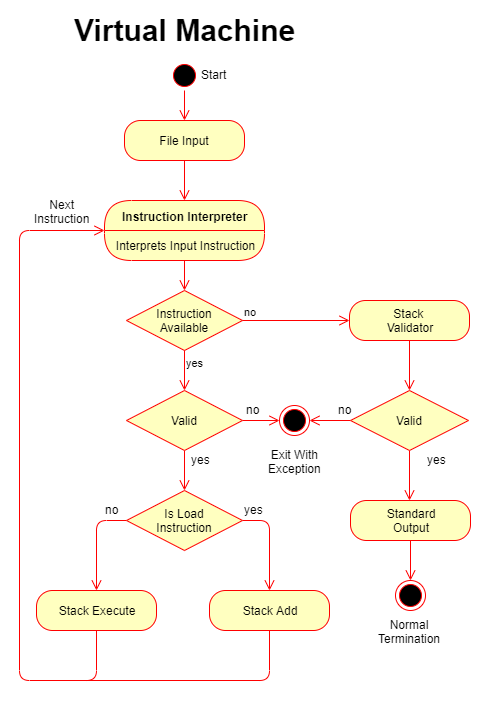
This is Documentation/VirutalMachine-flow.png from Coperh/CalculatorProject, a draw.io export, as it was before one commit. Source tidied: cells renumbered, new cells last; positions are measured from the earlier drawing's top-left corner, leaving out a move shared by most shapes.
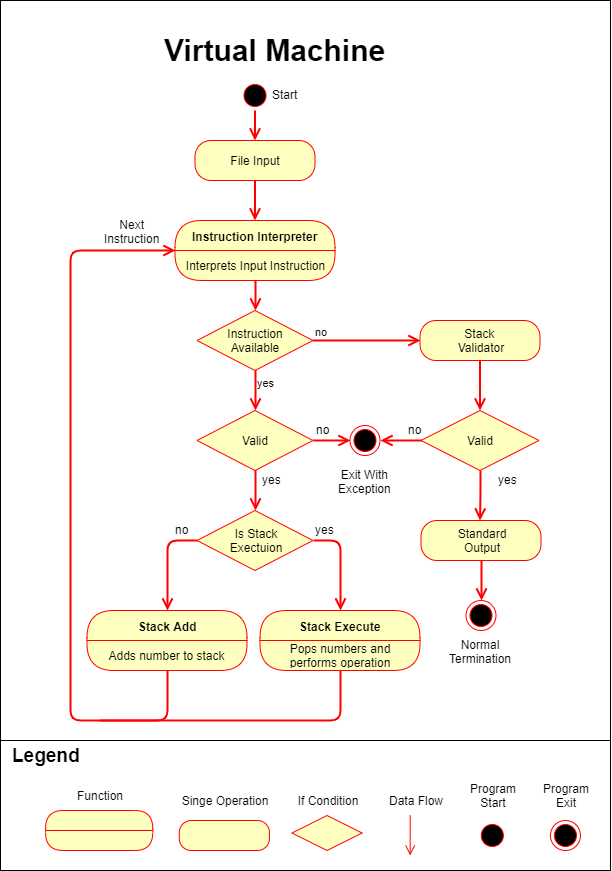
Above is the later version.

Commit message:
Updated Documentation Documentation now includes new diagrams, labeled diagrams and numbered pages. Requirements are now number and have been changed.

The edit, as a diff of the source:
```diff
@@ -2,6 +2,9 @@
   <root>
     <mxCell id="0" />
     <mxCell id="1" parent="0" />
+    <mxCell id="44" style="rounded=0;whiteSpace=wrap;html=1;" parent="1" vertex="1">
+      <mxGeometry x="-89.5" y="-30" width="610" height="870" as="geometry" />
+    </mxCell>
     <mxCell id="2" style="ellipse;html=1;shape=startState;fillColor=#000000;strokeColor=#ff0000;" parent="1" vertex="1">
       <mxGeometry x="150" y="50" width="30" height="30" as="geometry" />
     </mxCell>
@@ -10,7 +13,7 @@
         <mxPoint x="165" y="140" as="targetPoint" />
       </mxGeometry>
     </mxCell>
-    <mxCell id="4" style="edgeStyle=orthogonalEdgeStyle;html=1;verticalAlign=bottom;endArrow=open;endSize=8;strokeColor=#ff0000;entryX=0.5;entryY=0;entryDx=0;entryDy=0;" parent="1" edge="1" source="5">
+    <mxCell id="4" style="edgeStyle=orthogonalEdgeStyle;html=1;verticalAlign=bottom;endArrow=open;endSize=8;strokeColor=#ff0000;entryX=0.5;entryY=0;entryDx=0;entryDy=0;strokeWidth=2;" parent="1" edge="1" source="5">
       <mxGeometry relative="1" as="geometry">
         <mxPoint x="165" y="190" as="targetPoint" />
       </mxGeometry>
@@ -18,11 +21,11 @@
     <mxCell id="5" value="File Input" style="rounded=1;whiteSpace=wrap;html=1;arcSize=40;fontColor=#000000;fillColor=#ffffc0;strokeColor=#ff0000;" parent="1" vertex="1">
       <mxGeometry x="105" y="110" width="120" height="40" as="geometry" />
     </mxCell>
-    <mxCell id="6" style="edgeStyle=orthogonalEdgeStyle;html=1;verticalAlign=bottom;endArrow=open;endSize=8;strokeColor=#ff0000;" parent="1" edge="1" source="2" target="5">
+    <mxCell id="6" style="edgeStyle=orthogonalEdgeStyle;html=1;verticalAlign=bottom;endArrow=open;endSize=8;strokeColor=#ff0000;strokeWidth=2;" parent="1" edge="1" source="2" target="5">
       <mxGeometry relative="1" as="geometry" />
     </mxCell>
     <mxCell id="7" value="Virtual Machine" style="text;html=1;align=center;verticalAlign=top;spacingTop=-4;fontSize=30;fontStyle=1;" parent="1" vertex="1">
-      <mxGeometry x="55" width="220" height="40" as="geometry" />
+      <mxGeometry x="75" width="220" height="40" as="geometry" />
     </mxCell>
     <mxCell id="8" value="Instruction Interpreter" style="swimlane;html=1;fontStyle=1;align=center;verticalAlign=middle;horizontal=1;startSize=30;fontColor=#000000;rounded=1;arcSize=30;strokeColor=#ff0000;fillColor=#ffffc0;swimlaneFillColor=#ffffc0;" parent="1" vertex="1">
       <mxGeometry x="85" y="190" width="160" height="60" as="geometry" />
@@ -30,16 +33,16 @@
     <mxCell id="9" value="Interprets Input Instruction" style="text;html=1;strokeColor=none;fillColor=none;align=center;verticalAlign=middle;spacingLeft=4;spacingRight=4;whiteSpace=wrap;overflow=hidden;fontColor=#000000;" parent="8" vertex="1">
       <mxGeometry y="30" width="160" height="30" as="geometry" />
     </mxCell>
-    <mxCell id="10" style="edgeStyle=orthogonalEdgeStyle;html=1;verticalAlign=bottom;endArrow=open;endSize=8;strokeColor=#ff0000;fontSize=30;entryX=0.5;entryY=0;entryDx=0;entryDy=0;" parent="1" edge="1" source="8" target="11">
+    <mxCell id="10" style="edgeStyle=orthogonalEdgeStyle;html=1;verticalAlign=bottom;endArrow=open;endSize=8;strokeColor=#ff0000;fontSize=30;entryX=0.5;entryY=0;entryDx=0;entryDy=0;strokeWidth=2;" parent="1" edge="1" source="8" target="11">
       <mxGeometry relative="1" as="geometry" />
     </mxCell>
     <mxCell id="11" value="Instruction&lt;br&gt;Available" style="rhombus;whiteSpace=wrap;html=1;fillColor=#ffffc0;strokeColor=#ff0000;" parent="1" vertex="1">
       <mxGeometry x="107" y="280" width="116" height="60" as="geometry" />
     </mxCell>
-    <mxCell id="12" value="no" style="edgeStyle=orthogonalEdgeStyle;html=1;align=left;verticalAlign=bottom;endArrow=open;endSize=8;strokeColor=#ff0000;entryX=0;entryY=0.5;entryDx=0;entryDy=0;" parent="1" edge="1" source="11" target="31">
+    <mxCell id="12" value="no" style="edgeStyle=orthogonalEdgeStyle;html=1;align=left;verticalAlign=bottom;endArrow=open;endSize=8;strokeColor=#ff0000;entryX=0;entryY=0.5;entryDx=0;entryDy=0;strokeWidth=2;" parent="1" edge="1" source="11" target="31">
       <mxGeometry x="-1" relative="1" as="geometry" />
     </mxCell>
-    <mxCell id="13" value="yes" style="edgeStyle=orthogonalEdgeStyle;html=1;align=left;verticalAlign=top;endArrow=open;endSize=8;strokeColor=#ff0000;entryX=0.5;entryY=0;entryDx=0;entryDy=0;" parent="1" edge="1" source="11" target="17">
+    <mxCell id="13" value="yes" style="edgeStyle=orthogonalEdgeStyle;html=1;align=left;verticalAlign=top;endArrow=open;endSize=8;strokeColor=#ff0000;entryX=0.5;entryY=0;entryDx=0;entryDy=0;strokeWidth=2;" parent="1" edge="1" source="11" target="17">
       <mxGeometry x="-1" relative="1" as="geometry" />
     </mxCell>
     <mxCell id="14" style="edgeStyle=orthogonalEdgeStyle;rounded=1;jettySize=auto;html=1;exitX=1;exitY=0.5;exitDx=0;exitDy=0;endArrow=open;endFill=0;strokeColor=none;strokeWidth=1;endSize=8;startSize=8;" parent="1" edge="1" source="17">
@@ -47,10 +50,10 @@
         <mxPoint x="340" y="410" as="targetPoint" />
       </mxGeometry>
     </mxCell>
-    <mxCell id="15" style="edgeStyle=orthogonalEdgeStyle;rounded=1;jettySize=auto;html=1;exitX=0.5;exitY=1;exitDx=0;exitDy=0;entryX=0.5;entryY=0;entryDx=0;entryDy=0;startSize=8;endArrow=open;endFill=0;endSize=8;strokeColor=#FF0000;strokeWidth=1;" parent="1" edge="1" source="17" target="21">
+    <mxCell id="15" style="edgeStyle=orthogonalEdgeStyle;rounded=1;jettySize=auto;html=1;exitX=0.5;exitY=1;exitDx=0;exitDy=0;entryX=0.5;entryY=0;entryDx=0;entryDy=0;startSize=8;endArrow=open;endFill=0;endSize=8;strokeColor=#FF0000;strokeWidth=2;" parent="1" edge="1" source="17" target="21">
       <mxGeometry relative="1" as="geometry" />
     </mxCell>
-    <mxCell id="16" style="edgeStyle=orthogonalEdgeStyle;rounded=1;jettySize=auto;html=1;exitX=1;exitY=0.5;exitDx=0;exitDy=0;entryX=0;entryY=0.5;entryDx=0;entryDy=0;startSize=8;endArrow=open;endFill=0;endSize=8;strokeColor=#FF0000;strokeWidth=1;" parent="1" edge="1" source="17" target="28">
+    <mxCell id="16" style="edgeStyle=orthogonalEdgeStyle;rounded=1;jettySize=auto;html=1;exitX=1;exitY=0.5;exitDx=0;exitDy=0;entryX=0;entryY=0.5;entryDx=0;entryDy=0;startSize=8;endArrow=open;endFill=0;endSize=8;strokeColor=#FF0000;strokeWidth=2;" parent="1" edge="1" source="17" target="28">
       <mxGeometry relative="1" as="geometry" />
     </mxCell>
     <mxCell id="17" value="Valid" style="rhombus;whiteSpace=wrap;html=1;fillColor=#ffffc0;strokeColor=#ff0000;" parent="1" vertex="1">
@@ -59,41 +62,37 @@
     <mxCell id="18" value="yes" style="text;html=1;align=left;verticalAlign=top;spacingTop=-4;" parent="1" vertex="1">
       <mxGeometry x="170" y="440" width="30" height="20" as="geometry" />
     </mxCell>
-    <mxCell id="19" style="edgeStyle=orthogonalEdgeStyle;rounded=1;jettySize=auto;html=1;exitX=1;exitY=0.5;exitDx=0;exitDy=0;startSize=8;endArrow=open;endFill=0;endSize=8;strokeColor=#FF0000;strokeWidth=1;entryX=0.5;entryY=0;entryDx=0;entryDy=0;" parent="1" edge="1" source="21" target="23">
+    <mxCell id="19" style="edgeStyle=orthogonalEdgeStyle;rounded=1;jettySize=auto;html=1;exitX=1;exitY=0.5;exitDx=0;exitDy=0;startSize=8;endArrow=open;endFill=0;endSize=8;strokeColor=#FF0000;strokeWidth=2;entryX=0.5;entryY=0;entryDx=0;entryDy=0;" parent="1" edge="1" source="21" target="26">
       <mxGeometry relative="1" as="geometry" />
     </mxCell>
-    <mxCell id="20" style="edgeStyle=orthogonalEdgeStyle;rounded=1;jettySize=auto;html=1;exitX=0;exitY=0.5;exitDx=0;exitDy=0;startSize=8;endArrow=open;endFill=0;endSize=8;strokeColor=#FF0000;strokeWidth=1;" parent="1" edge="1" source="21" target="26">
+    <mxCell id="20" style="edgeStyle=orthogonalEdgeStyle;rounded=1;jettySize=auto;html=1;exitX=0;exitY=0.5;exitDx=0;exitDy=0;startSize=8;endArrow=open;endFill=0;endSize=8;strokeColor=#FF0000;strokeWidth=2;" parent="1" edge="1" source="21" target="23">
       <mxGeometry relative="1" as="geometry" />
     </mxCell>
-    <mxCell id="21" value="Is Load&lt;br&gt;Instruction" style="rhombus;whiteSpace=wrap;html=1;fillColor=#ffffc0;strokeColor=#ff0000;" parent="1" vertex="1">
+    <mxCell id="21" value="Is Stack&lt;br&gt;Exectuion" style="rhombus;whiteSpace=wrap;html=1;fillColor=#ffffc0;strokeColor=#ff0000;" parent="1" vertex="1">
       <mxGeometry x="107" y="480" width="116" height="60" as="geometry" />
     </mxCell>
     <mxCell id="22" value="yes" style="text;html=1;align=left;verticalAlign=top;spacingTop=-4;" parent="1" vertex="1">
       <mxGeometry x="223" y="490" width="30" height="20" as="geometry" />
     </mxCell>
-    <mxCell id="23" value="Stack Add" style="rounded=1;whiteSpace=wrap;html=1;arcSize=40;fontColor=#000000;fillColor=#ffffc0;strokeColor=#ff0000;" parent="1" vertex="1">
-      <mxGeometry x="190" y="580" width="120" height="40" as="geometry" />
-    </mxCell>
-    <mxCell id="24" style="edgeStyle=orthogonalEdgeStyle;html=1;verticalAlign=bottom;endArrow=none;endSize=8;strokeColor=#ff0000;endFill=0;" parent="1" edge="1" source="23">
+    <mxCell id="24" style="edgeStyle=orthogonalEdgeStyle;html=1;verticalAlign=bottom;endArrow=none;endSize=8;strokeColor=#ff0000;endFill=0;exitX=0.5;exitY=1;exitDx=0;exitDy=0;strokeWidth=2;" parent="1" edge="1" source="61">
       <mxGeometry relative="1" as="geometry">
-        <mxPoint x="30" y="670" as="targetPoint" />
+        <mxPoint x="10" y="690" as="targetPoint" />
         <Array as="points">
-          <mxPoint x="250" y="670" />
+          <mxPoint x="250" y="690" />
+          <mxPoint x="30" y="690" />
         </Array>
       </mxGeometry>
     </mxCell>
-    <mxCell id="25" style="edgeStyle=orthogonalEdgeStyle;rounded=1;jettySize=auto;html=1;exitX=0.5;exitY=1;exitDx=0;exitDy=0;startSize=8;endArrow=open;endFill=0;endSize=8;strokeColor=#FF0000;strokeWidth=1;entryX=0;entryY=0.5;entryDx=0;entryDy=0;" parent="1" edge="1" source="26" target="8">
+    <mxCell id="25" style="edgeStyle=orthogonalEdgeStyle;rounded=1;jettySize=auto;html=1;startSize=8;endArrow=open;endFill=0;endSize=8;strokeColor=#FF0000;strokeWidth=2;entryX=0;entryY=0.5;entryDx=0;entryDy=0;" parent="1" edge="1" target="8">
       <mxGeometry relative="1" as="geometry">
+        <mxPoint x="77" y="640" as="sourcePoint" />
         <Array as="points">
-          <mxPoint x="77" y="670" />
-          <mxPoint y="670" />
-          <mxPoint y="220" />
+          <mxPoint x="77" y="690" />
+          <mxPoint x="-20" y="690" />
+          <mxPoint x="-20" y="220" />
         </Array>
       </mxGeometry>
     </mxCell>
-    <mxCell id="26" value="Stack Execute" style="rounded=1;whiteSpace=wrap;html=1;arcSize=40;fontColor=#000000;fillColor=#ffffc0;strokeColor=#ff0000;" parent="1" vertex="1">
-      <mxGeometry x="17" y="580" width="120" height="40" as="geometry" />
-    </mxCell>
     <mxCell id="27" value="no" style="text;html=1;align=center;verticalAlign=top;spacingTop=-4;" parent="1" vertex="1">
       <mxGeometry x="77" y="490" width="30" height="20" as="geometry" />
     </mxCell>
@@ -109,16 +108,16 @@
     <mxCell id="31" value="Stack&amp;nbsp;&lt;br&gt;Validator" style="rounded=1;whiteSpace=wrap;html=1;arcSize=40;fontColor=#000000;fillColor=#ffffc0;strokeColor=#ff0000;" parent="1" vertex="1">
       <mxGeometry x="330" y="290" width="120" height="40" as="geometry" />
     </mxCell>
-    <mxCell id="32" style="edgeStyle=orthogonalEdgeStyle;html=1;verticalAlign=bottom;endArrow=open;endSize=8;strokeColor=#ff0000;" parent="1" edge="1" source="31" target="36">
+    <mxCell id="32" style="edgeStyle=orthogonalEdgeStyle;html=1;verticalAlign=bottom;endArrow=open;endSize=8;strokeColor=#ff0000;strokeWidth=2;" parent="1" edge="1" source="31" target="36">
       <mxGeometry relative="1" as="geometry" />
     </mxCell>
     <mxCell id="33" value="no" style="text;html=1;align=center;verticalAlign=top;spacingTop=-4;" parent="1" vertex="1">
       <mxGeometry x="218" y="390" width="30" height="20" as="geometry" />
     </mxCell>
-    <mxCell id="34" style="edgeStyle=orthogonalEdgeStyle;rounded=1;jettySize=auto;html=1;exitX=0;exitY=0.5;exitDx=0;exitDy=0;entryX=1;entryY=0.5;entryDx=0;entryDy=0;startSize=8;endArrow=open;endFill=0;endSize=8;strokeColor=#FF0000;strokeWidth=1;" parent="1" edge="1" source="36" target="28">
+    <mxCell id="34" style="edgeStyle=orthogonalEdgeStyle;rounded=1;jettySize=auto;html=1;exitX=0;exitY=0.5;exitDx=0;exitDy=0;entryX=1;entryY=0.5;entryDx=0;entryDy=0;startSize=8;endArrow=open;endFill=0;endSize=8;strokeColor=#FF0000;strokeWidth=2;" parent="1" edge="1" source="36" target="28">
       <mxGeometry relative="1" as="geometry" />
     </mxCell>
-    <mxCell id="35" style="edgeStyle=orthogonalEdgeStyle;rounded=1;jettySize=auto;html=1;exitX=0.5;exitY=1;exitDx=0;exitDy=0;startSize=8;endArrow=open;endFill=0;endSize=8;strokeColor=#FF0000;strokeWidth=1;entryX=0.5;entryY=0;entryDx=0;entryDy=0;" parent="1" edge="1" source="36">
+    <mxCell id="35" style="edgeStyle=orthogonalEdgeStyle;rounded=1;jettySize=auto;html=1;exitX=0.5;exitY=1;exitDx=0;exitDy=0;startSize=8;endArrow=open;endFill=0;endSize=8;strokeColor=#FF0000;strokeWidth=2;entryX=0.5;entryY=0;entryDx=0;entryDy=0;" parent="1" edge="1" source="36">
       <mxGeometry relative="1" as="geometry">
         <mxPoint x="390" y="490" as="targetPoint" />
       </mxGeometry>
@@ -132,7 +131,7 @@
     <mxCell id="38" value="Standard&lt;br&gt;Output" style="rounded=1;whiteSpace=wrap;html=1;arcSize=40;fontColor=#000000;fillColor=#ffffc0;strokeColor=#ff0000;align=center;" parent="1" vertex="1">
       <mxGeometry x="331" y="490" width="120" height="40" as="geometry" />
     </mxCell>
-    <mxCell id="39" style="edgeStyle=orthogonalEdgeStyle;html=1;verticalAlign=bottom;endArrow=open;endSize=8;strokeColor=#ff0000;entryX=0.5;entryY=0;entryDx=0;entryDy=0;" parent="1" edge="1" source="38" target="40">
+    <mxCell id="39" style="edgeStyle=orthogonalEdgeStyle;html=1;verticalAlign=bottom;endArrow=open;endSize=8;strokeColor=#ff0000;entryX=0.5;entryY=0;entryDx=0;entryDy=0;strokeWidth=2;" parent="1" edge="1" source="38" target="40">
       <mxGeometry relative="1" as="geometry" />
     </mxCell>
     <mxCell id="40" style="ellipse;html=1;shape=endState;fillColor=#000000;strokeColor=#ff0000;align=center;" parent="1" vertex="1">
@@ -147,5 +146,65 @@
     <mxCell id="43" value="Start" style="text;html=1;align=left;verticalAlign=top;spacingTop=-4;" parent="1" vertex="1">
       <mxGeometry x="180" y="55" width="40" height="20" as="geometry" />
     </mxCell>
+    <mxCell id="45" style="group;strokeColor=none;" parent="1" vertex="1">
+      <mxGeometry x="-89.5" y="710" width="610" height="130" as="geometry" />
+    </mxCell>
+    <mxCell id="46" style="rounded=0;whiteSpace=wrap;html=1;" parent="45" vertex="1">
+      <mxGeometry width="610" height="130" as="geometry" />
+    </mxCell>
+    <mxCell id="47" style="swimlane;html=1;fontStyle=1;align=center;verticalAlign=middle;horizontal=1;startSize=20;fontColor=#000000;rounded=1;arcSize=30;strokeColor=#ff0000;fillColor=#ffffc0;swimlaneFillColor=#ffffc0;" parent="45" vertex="1">
+      <mxGeometry x="45.1" y="70" width="107.2" height="40" as="geometry" />
+    </mxCell>
+    <mxCell id="48" style="ellipse;html=1;shape=endState;fillColor=#000000;strokeColor=#ff0000;" parent="45" vertex="1">
+      <mxGeometry x="549.9" y="80" width="30" height="30" as="geometry" />
+    </mxCell>
+    <mxCell id="49" style="ellipse;html=1;shape=startState;fillColor=#000000;strokeColor=#ff0000;" parent="45" vertex="1">
+      <mxGeometry x="476.8" y="80" width="30" height="30" as="geometry" />
+    </mxCell>
+    <mxCell id="50" style="rounded=1;whiteSpace=wrap;html=1;arcSize=40;fontColor=#000000;fillColor=#ffffc0;strokeColor=#ff0000;" parent="45" vertex="1">
+      <mxGeometry x="178.8" y="80" width="90.1" height="30" as="geometry" />
+    </mxCell>
+    <mxCell id="51" style="rhombus;whiteSpace=wrap;html=1;fillColor=#ffffc0;strokeColor=#ff0000;" parent="45" vertex="1">
+      <mxGeometry x="291.5" y="75" width="70.1" height="35" as="geometry" />
+    </mxCell>
+    <mxCell id="52" style="edgeStyle=orthogonalEdgeStyle;html=1;verticalAlign=bottom;endArrow=open;endSize=8;strokeColor=#ff0000;" parent="45" edge="1">
+      <mxGeometry relative="1" as="geometry">
+        <mxPoint x="409.7" y="75" as="sourcePoint" />
+        <mxPoint x="409.7" y="115" as="targetPoint" />
+      </mxGeometry>
+    </mxCell>
+    <mxCell id="53" value="&lt;b&gt;&lt;font style=&quot;font-size: 19px&quot;&gt;Legend&lt;/font&gt;&lt;/b&gt;" style="text;html=1;strokeColor=none;fillColor=none;align=left;verticalAlign=middle;whiteSpace=wrap;rounded=0;" parent="45" vertex="1">
+      <mxGeometry x="9.5" width="169.3" height="30" as="geometry" />
+    </mxCell>
+    <mxCell id="54" value="Function" style="text;html=1;strokeColor=none;fillColor=none;align=center;verticalAlign=middle;whiteSpace=wrap;rounded=0;" parent="45" vertex="1">
+      <mxGeometry x="53.6" y="45" width="90.1" height="20" as="geometry" />
+    </mxCell>
+    <mxCell id="55" value="Singe Operation" style="text;html=1;strokeColor=none;fillColor=none;align=center;verticalAlign=middle;whiteSpace=wrap;rounded=0;" parent="45" vertex="1">
+      <mxGeometry x="178.8" y="50" width="90.1" height="20" as="geometry" />
+    </mxCell>
+    <mxCell id="56" value="If Condition" style="text;html=1;strokeColor=none;fillColor=none;align=center;verticalAlign=middle;whiteSpace=wrap;rounded=0;" parent="45" vertex="1">
+      <mxGeometry x="281.5" y="50" width="90.1" height="20" as="geometry" />
+    </mxCell>
+    <mxCell id="57" value="Data Flow" style="text;html=1;strokeColor=none;fillColor=none;align=center;verticalAlign=middle;whiteSpace=wrap;rounded=0;" parent="45" vertex="1">
+      <mxGeometry x="377.6" y="50" width="74.1" height="20" as="geometry" />
+    </mxCell>
+    <mxCell id="58" value="Program&lt;br&gt;Start" style="text;html=1;strokeColor=none;fillColor=none;align=center;verticalAlign=middle;whiteSpace=wrap;rounded=0;" parent="45" vertex="1">
+      <mxGeometry x="454.7" y="40" width="74.1" height="30" as="geometry" />
+    </mxCell>
+    <mxCell id="59" value="Program&lt;br&gt;Exit" style="text;html=1;strokeColor=none;fillColor=none;align=center;verticalAlign=middle;whiteSpace=wrap;rounded=0;" parent="45" vertex="1">
+      <mxGeometry x="527.9" y="40" width="74.1" height="30" as="geometry" />
+    </mxCell>
+    <mxCell id="23" value="Stack Add" style="swimlane;html=1;fontStyle=1;align=center;verticalAlign=middle;horizontal=1;startSize=30;fontColor=#000000;rounded=1;arcSize=30;strokeColor=#ff0000;fillColor=#ffffc0;swimlaneFillColor=#ffffc0;" parent="1" vertex="1">
+      <mxGeometry x="-3" y="580" width="160" height="60" as="geometry" />
+    </mxCell>
+    <mxCell id="60" value="Adds number to stack" style="text;html=1;strokeColor=none;fillColor=none;align=center;verticalAlign=middle;spacingLeft=4;spacingRight=4;whiteSpace=wrap;overflow=hidden;fontColor=#000000;" parent="23" vertex="1">
+      <mxGeometry y="30" width="160" height="30" as="geometry" />
+    </mxCell>
+    <mxCell id="26" value="Stack Execute" style="swimlane;html=1;fontStyle=1;align=center;verticalAlign=middle;horizontal=1;startSize=30;fontColor=#000000;rounded=1;arcSize=30;strokeColor=#ff0000;fillColor=#ffffc0;swimlaneFillColor=#ffffc0;" parent="1" vertex="1">
+      <mxGeometry x="170" y="580" width="160" height="60" as="geometry" />
+    </mxCell>
+    <mxCell id="61" value="Pops numbers and performs operation" style="text;html=1;strokeColor=none;fillColor=none;align=center;verticalAlign=middle;spacingLeft=4;spacingRight=4;whiteSpace=wrap;overflow=hidden;fontColor=#000000;" parent="26" vertex="1">
+      <mxGeometry y="30" width="160" height="30" as="geometry" />
+    </mxCell>
   </root>
 </mxGraphModel>
```
